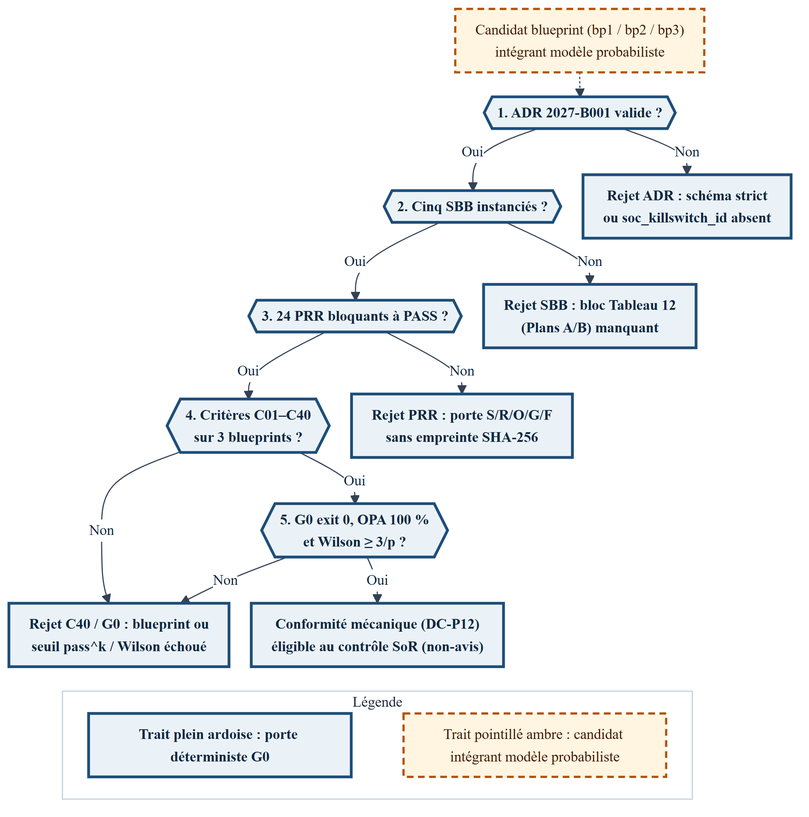
Before: 8 - Manuel/diagrammes/rendus/Fig-08.png, a diagram exported from Mermaid (agbruneau/Agentique). Its source is kept beside it as 8 - Manuel/diagrammes/Fig-08.mmd.
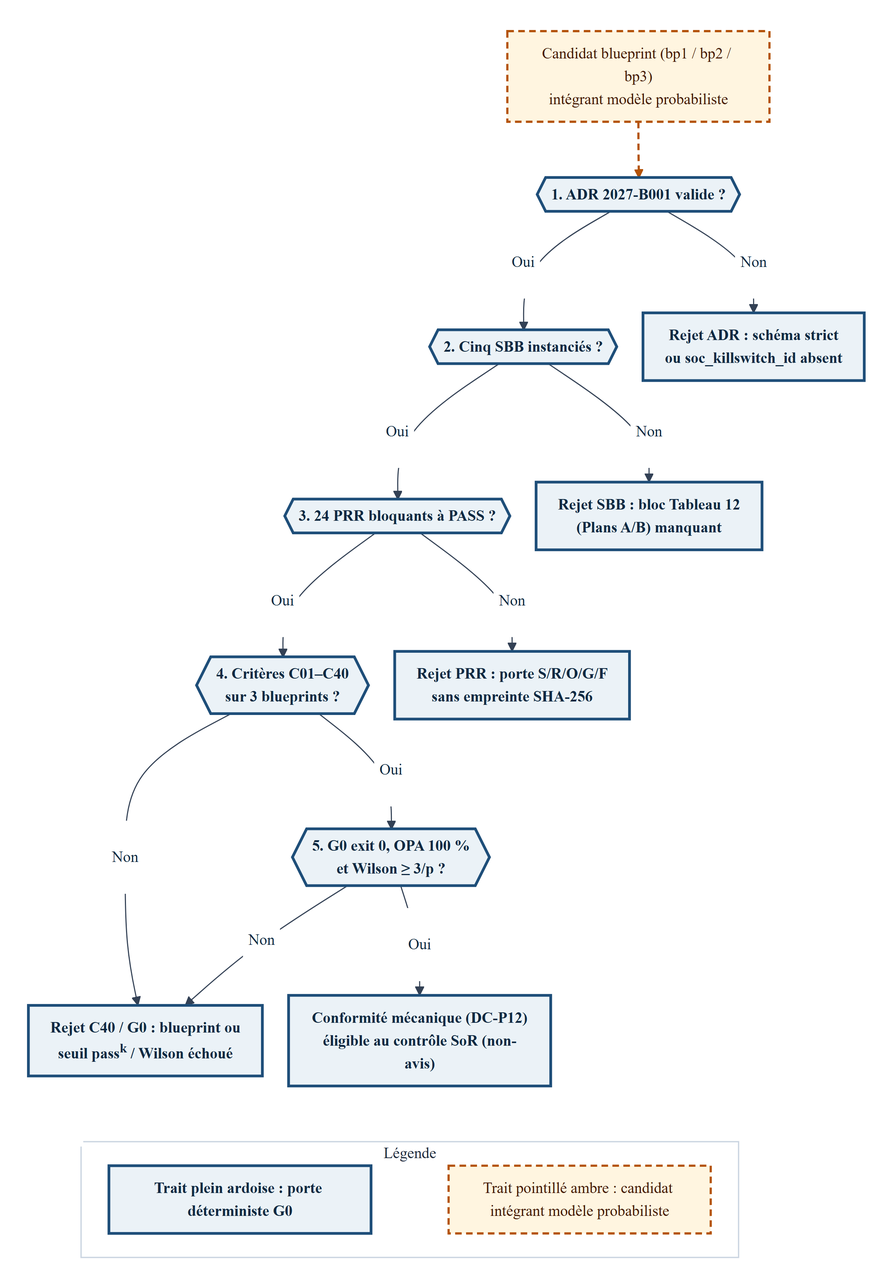
Above is the later version.

Change to the diagram source:
```diff
@@ -1,4 +1,4 @@
-%%{init: {'theme': 'base', 'themeVariables': {'fontFamily': 'DejaVu Sans', 'fontSize': '13px', 'lineColor': '#334155', 'edgeLabelBackground': '#FFFFFF', 'primaryTextColor': '#0F2942'}, 'flowchart': {'nodeSpacing': 20, 'rankSpacing': 22, 'padding': 9}}}%%
+%%{init: {'theme': 'base', 'themeVariables': {'fontFamily': 'DejaVu Sans', 'fontSize': '14px', 'lineColor': '#334155', 'edgeLabelBackground': '#FFFFFF', 'primaryTextColor': '#0F2942'}, 'themeCSS': '.edgeLabel, .edgeLabel rect, .edgeLabel span, .labelBkg { background-color: #ffffff !important; fill: #ffffff !important; opacity: 1 !important; padding: 2px 5px !important; }', 'flowchart': {'nodeSpacing': 24, 'rankSpacing': 26, 'padding': 10}}}%%
 flowchart TD
   CAND["Candidat blueprint (bp1 / bp2 / bp3)<br/>intégrant modèle probabiliste"]:::prob
   G_ADR{{"1. ADR 2027-B001 valide ?"}}:::det
@@ -10,7 +10,7 @@
   REJ_ADR["Rejet ADR : schéma strict<br/>ou soc_killswitch_id absent"]:::det
   REJ_SBB["Rejet SBB : bloc Tableau 12<br/>(Plans A/B) manquant"]:::det
   REJ_PRR["Rejet PRR : porte S/R/O/G/F<br/>sans empreinte SHA-256"]:::det
-  REJ_C40["Rejet C40 / G0 : blueprint ou<br/>seuil pass^k / Wilson échoué"]:::det
+  REJ_C40["Rejet C40 / G0 : blueprint ou<br/>seuil pass<sup>k</sup> / Wilson échoué"]:::det
   GO["Conformité mécanique (DC-P12)<br/>éligible au contrôle SoR (non-avis)"]:::det
 
   subgraph LEG["Légende"]
@@ -36,3 +36,4 @@
   classDef det fill:#EBF2F7,stroke:#1E4E79,stroke-width:2.5px,color:#0F2942,font-weight:bold
   classDef prob fill:#FFF5E0,stroke:#B45309,stroke-width:2px,stroke-dasharray:6 4,color:#451A03
   style LEG fill:#FFFFFF,stroke:#CBD5E1,stroke-width:1.2px,color:#1E293B
+  linkStyle 1 stroke:#B45309,stroke-width:2px,stroke-dasharray:6 4
```
